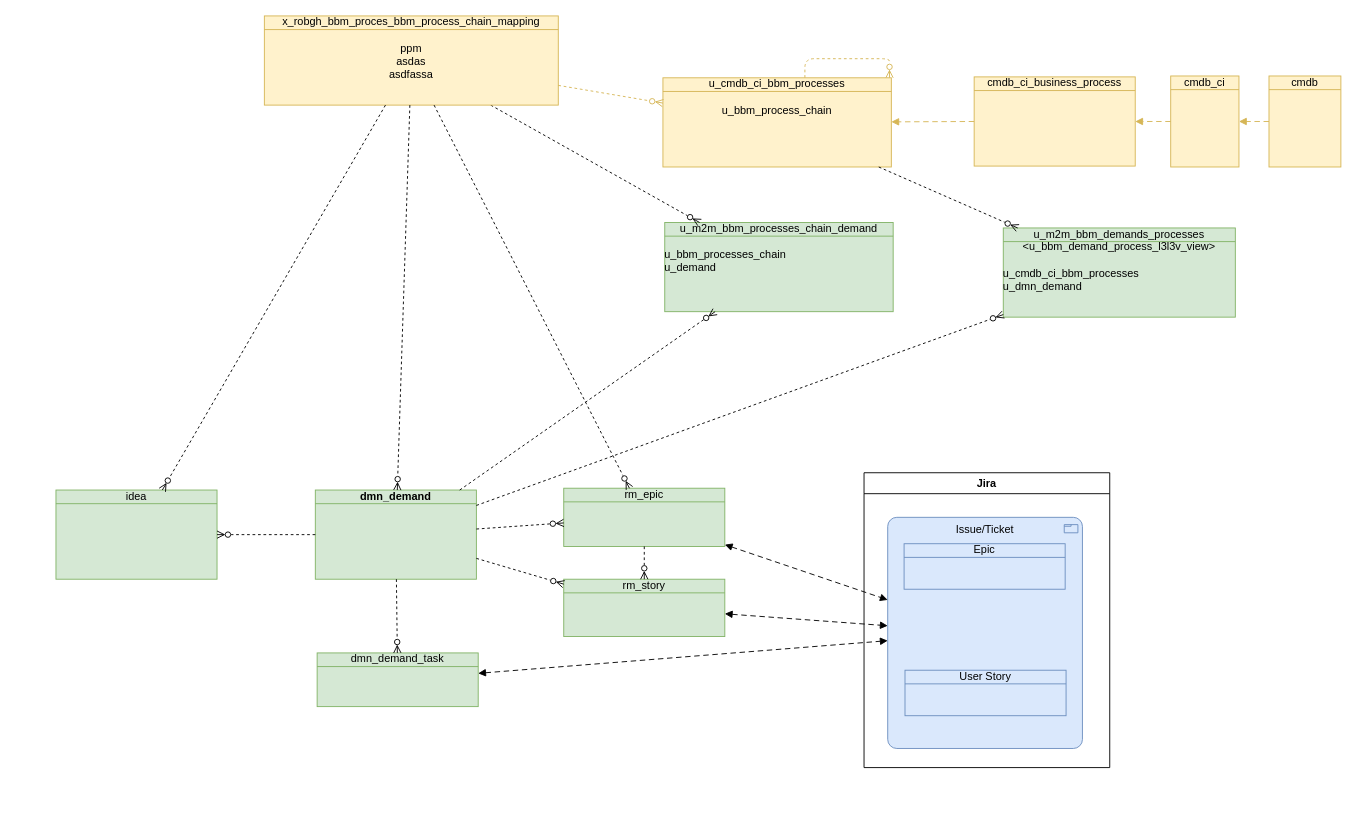
This is page "m2mProcess" (11 of 19) of Bosch.drawio from algimas/tmp, a draw.io file, before an edit. Source tidied: cells renumbered, new cells numbered last; positions are measured from the earlier drawing's top-left corner, leaving out a move shared by most shapes. Both pictures are drawn from the tidied source at 91%, with x=0, y=0 at pixel (56, 15).
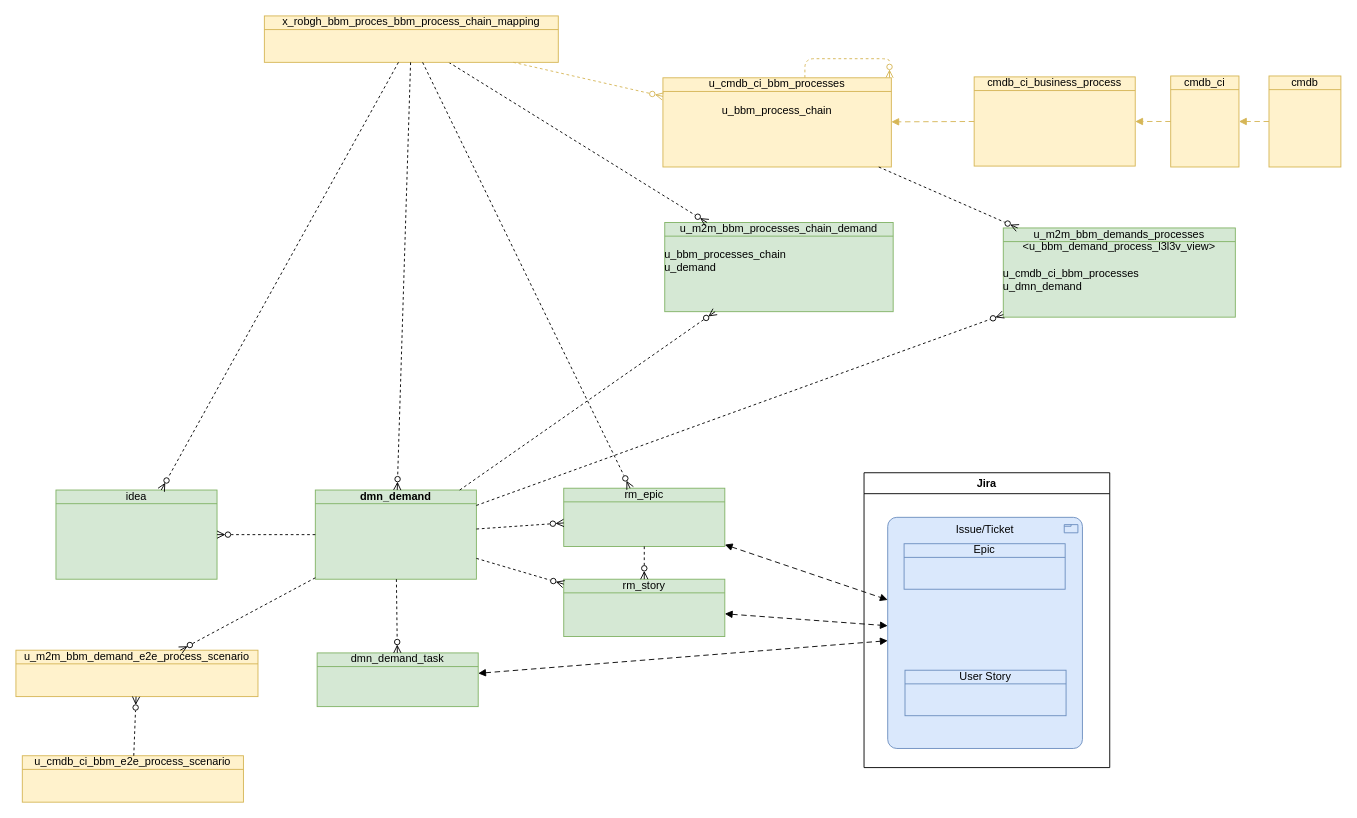
Above is the later version.

Unchanged cells that the change refers to:
```xml
<mxCell id="10" value="&lt;b&gt;dmn_demand&lt;/b&gt;" style="html=1;outlineConnect=0;whiteSpace=wrap;fillColor=#d5e8d4;shape=mxgraph.archimate3.businessObject;overflow=fill;strokeColor=#82b366;" parent="1" vertex="1">
  <mxGeometry x="285" y="521" width="177" height="98" as="geometry" />
</mxCell>
```

Change to the diagram source:
```diff
@@
-    <mxCell id="31" value="x_robgh_bbm_proces_bbm_process_chain_mapping&lt;div&gt;&lt;br&gt;&lt;/div&gt;&lt;div&gt;ppm&lt;/div&gt;&lt;div&gt;asdas&lt;/div&gt;&lt;div&gt;asdfassa&lt;/div&gt;" style="html=1;outlineConnect=0;whiteSpace=wrap;fillColor=#fff2cc;shape=mxgraph.archimate3.businessObject;overflow=fill;strokeColor=#d6b656;" parent="1" vertex="1">
-      <mxGeometry x="229" width="323" height="98" as="geometry" />
+    <mxCell id="31" value="x_robgh_bbm_proces_bbm_process_chain_mapping&lt;div&gt;&lt;br&gt;&lt;/div&gt;&lt;div&gt;&lt;br&gt;&lt;/div&gt;" style="html=1;outlineConnect=0;whiteSpace=wrap;fillColor=#fff2cc;shape=mxgraph.archimate3.businessObject;overflow=fill;strokeColor=#d6b656;" parent="1" vertex="1">
+      <mxGeometry x="229" width="323" height="51" as="geometry" />
     </mxCell>
@@
+    <mxCell id="38" value="&lt;div&gt;u_m2m_bbm_demand_e2e_process_scenario&lt;/div&gt;" style="html=1;outlineConnect=0;whiteSpace=wrap;fillColor=#fff2cc;shape=mxgraph.archimate3.businessObject;overflow=fill;strokeColor=#d6b656;" parent="1" vertex="1">
+      <mxGeometry x="-44" y="697" width="266" height="51" as="geometry" />
+    </mxCell>
+    <mxCell id="39" value="&lt;div&gt;u_cmdb_ci_bbm_e2e_process_scenario&lt;/div&gt;" style="html=1;outlineConnect=0;whiteSpace=wrap;fillColor=#fff2cc;shape=mxgraph.archimate3.businessObject;overflow=fill;strokeColor=#d6b656;" parent="1" vertex="1">
+      <mxGeometry x="-37" y="813" width="243" height="51" as="geometry" />
+    </mxCell>
+    <mxCell id="40" style="html=1;dashed=1;labelBackgroundColor=none;startArrow=none;endArrow=ERzeroToMany;fontFamily=Verdana;fontSize=12;align=left;startFill=0;endFill=0;" parent="1" edge="1" source="39" target="38">
+      <mxGeometry relative="1" as="geometry" />
+    </mxCell>
+    <mxCell id="41" style="html=1;dashed=1;labelBackgroundColor=none;startArrow=none;endArrow=ERzeroToMany;fontFamily=Verdana;fontSize=12;align=left;startFill=0;endFill=0;" parent="1" edge="1" source="10" target="38">
+      <mxGeometry relative="1" as="geometry" />
+    </mxCell>
```
